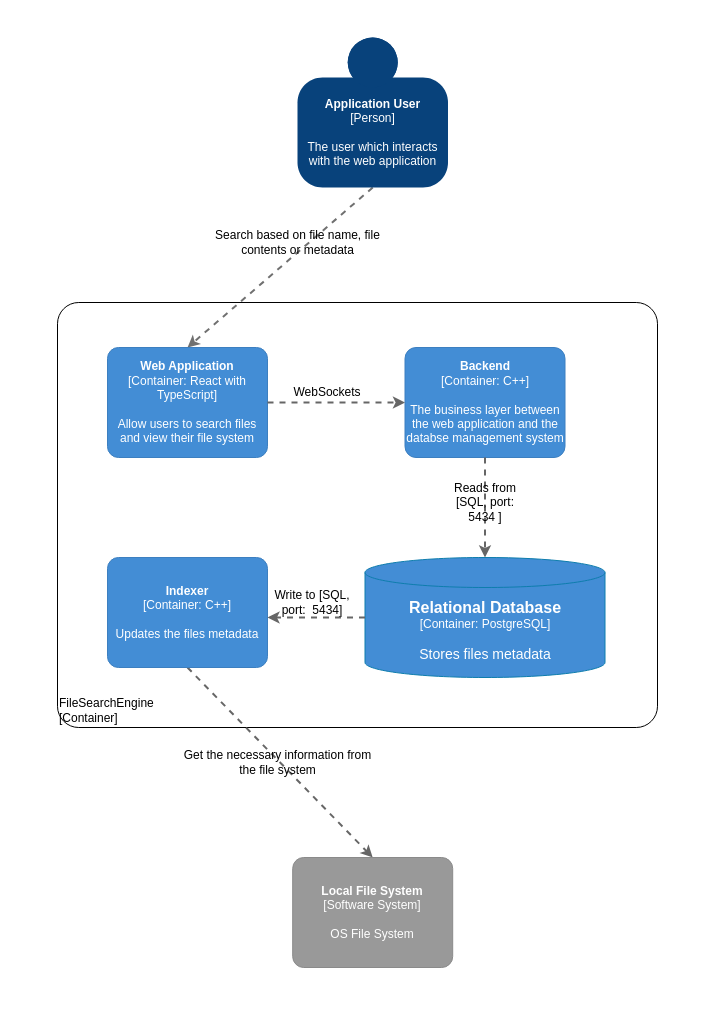
Earlier version of the draw.io diagram page "C4 Container" (2 of 6) of architecture_assets/diagrams/C4 Indexer Component.drawio (roland7734/FileSearchEngineSystem). Source tidied: cells renumbered, new cells numbered last; positions are measured from the earlier drawing's top-left corner, leaving out a move shared by most shapes. Both pictures are drawn from the tidied source at 100%, with x=0, y=0 at pixel (17, 17).
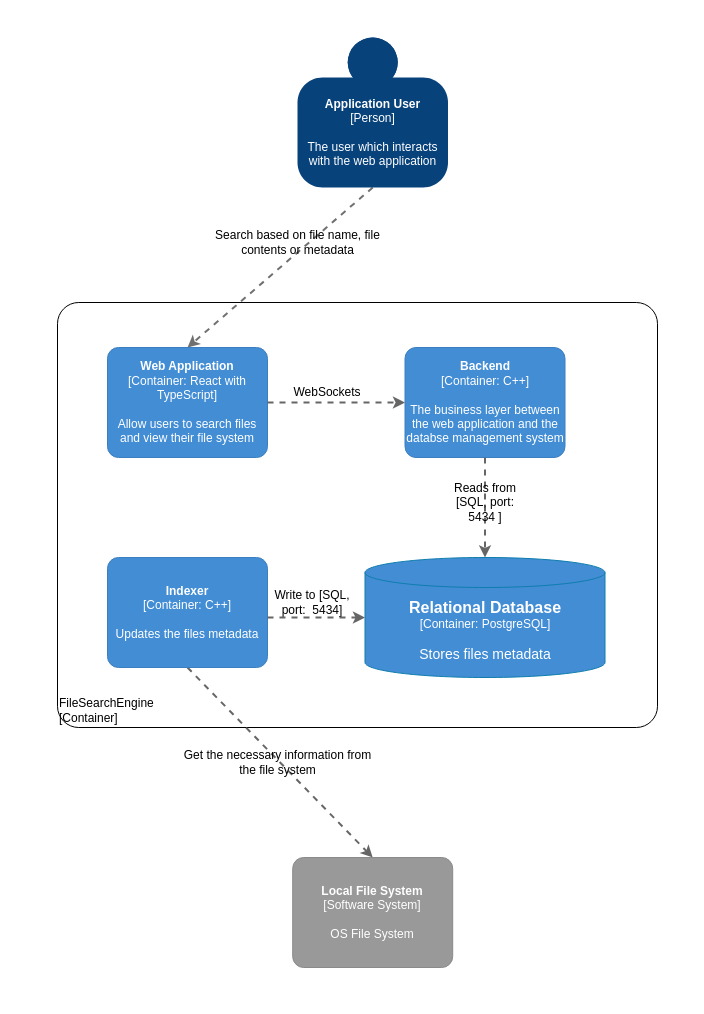
The same page after the edit.

The change refers to these unchanged cells:
```xml
<object id="10" label="&lt;font style=&quot;font-size: 16px&quot;&gt;&lt;b&gt;%c4Name%&lt;/b&gt;&lt;/font&gt;&lt;div&gt;[%c4Type%:&amp;nbsp;%c4Technology%]&lt;/div&gt;&lt;br&gt;&lt;div&gt;&lt;font style=&quot;font-size: 14px&quot;&gt;%c4Description%&lt;/font&gt;&lt;/div&gt;" c4Description="Stores files metadata" c4Name="Relational Database" c4Technology="PostgreSQL" c4Type="Container" placeholders="1">
  <mxCell style="shape=cylinder3;size=15;whiteSpace=wrap;html=1;boundedLbl=1;rounded=0;labelBackgroundColor=none;fillColor=#438DD5;fontSize=12;fontColor=#ffffff;align=center;strokeColor=#0E7DAD;points=[[0.5,0,0],[1,0.25,0],[1,0.5,0],[1,0.75,0],[0.5,1,0],[0,0.75,0],[0,0.5,0],[0,0.25,0]];" parent="1" vertex="1">
    <mxGeometry x="347.5" y="540" width="240" height="120" as="geometry" />
  </mxCell>
</object>
<mxCell id="17" value="Write to [SQL, port:&amp;nbsp; 5434]" style="text;html=1;align=center;verticalAlign=middle;whiteSpace=wrap;rounded=0;" parent="1" vertex="1">
  <mxGeometry x="250" y="570" width="90" height="30" as="geometry" />
</mxCell>
```

Diff of the diagram source:
```diff
@@
-    <mxCell id="19" style="rounded=0;jettySize=auto;html=1;dashed=1;strokeWidth=2;fillColor=#f5f5f5;strokeColor=#666666;exitX=0;exitY=0.5;exitDx=0;exitDy=0;exitPerimeter=0;entryX=0;entryY=1;entryDx=0;entryDy=0;" parent="1" edge="1" source="10" target="17">
+    <mxCell id="19" style="rounded=0;jettySize=auto;html=1;dashed=1;strokeWidth=2;fillColor=#f5f5f5;strokeColor=#666666;exitX=0;exitY=1;exitDx=0;exitDy=0;entryX=0;entryY=0.5;entryDx=0;entryDy=0;entryPerimeter=0;" parent="1" edge="1" source="17" target="10">
       <mxGeometry relative="1" as="geometry" />
     </mxCell>
```
